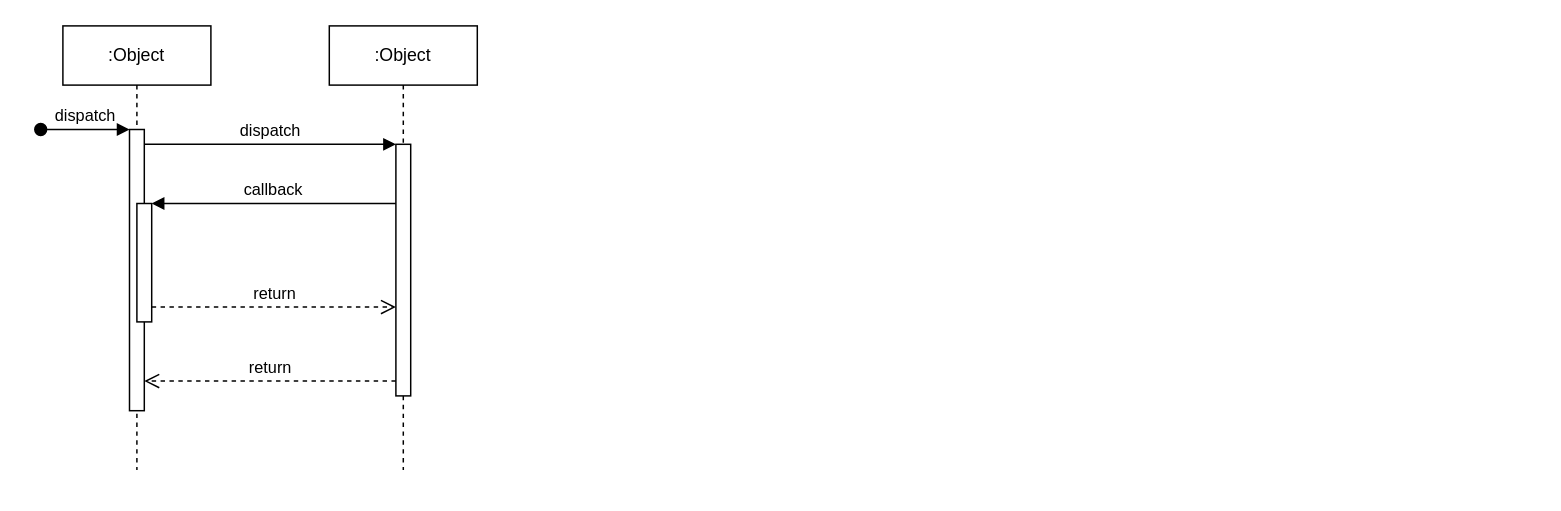
Before: SpringSecurity流程.drawio in nullptr0xf/drawio, a draw.io diagram. Source tidied: cells renumbered, new cells numbered last; positions are measured from the earlier drawing's top-left corner, leaving out a move shared by most shapes. Both pictures are drawn from the tidied source at 148%, with x=0, y=0 at pixel (40, 25).
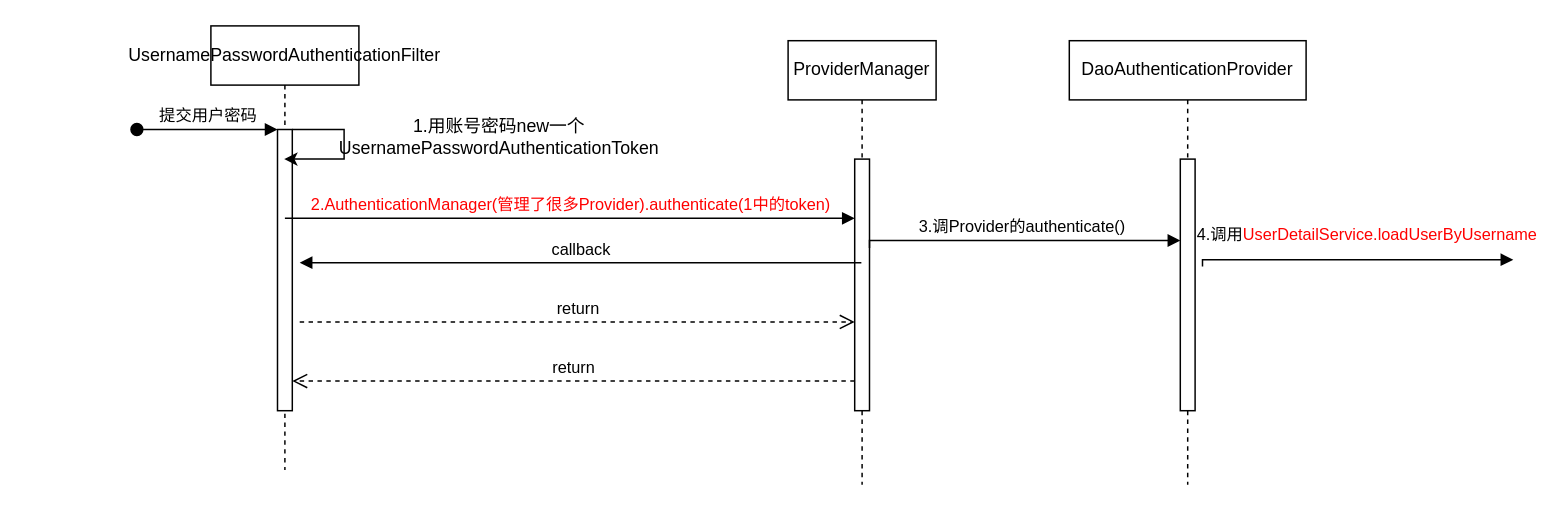
The same page after the edit.

Unchanged cells that the change refers to:
```xml
<mxCell id="3" style="html=1;points=[];perimeter=orthogonalPerimeter;outlineConnect=0;targetShapes=umlLifeline;portConstraint=eastwest;newEdgeStyle={&quot;edgeStyle&quot;:&quot;elbowEdgeStyle&quot;,&quot;elbow&quot;:&quot;vertical&quot;,&quot;curved&quot;:0,&quot;rounded&quot;:0};" parent="2" vertex="1">
  <mxGeometry x="45" y="70" width="10" height="190" as="geometry" />
</mxCell>
<mxCell id="7" style="html=1;points=[];perimeter=orthogonalPerimeter;outlineConnect=0;targetShapes=umlLifeline;portConstraint=eastwest;newEdgeStyle={&quot;edgeStyle&quot;:&quot;elbowEdgeStyle&quot;,&quot;elbow&quot;:&quot;vertical&quot;,&quot;curved&quot;:0,&quot;rounded&quot;:0};" parent="6" vertex="1">
  <mxGeometry x="45" y="80" width="10" height="170" as="geometry" />
</mxCell>
```

Diff of the diagram source:
```diff
@@
-    <mxCell id="2" value=":Object" style="shape=umlLifeline;perimeter=lifelinePerimeter;whiteSpace=wrap;html=1;outlineConnect=0;portConstraint=eastwest;newEdgeStyle={&quot;edgeStyle&quot;:&quot;elbowEdgeStyle&quot;,&quot;elbow&quot;:&quot;vertical&quot;,&quot;curved&quot;:0,&quot;rounded&quot;:0};" parent="1" vertex="1">
-      <mxGeometry x="15" width="100" height="300" as="geometry" />
+    <mxCell id="2" value="UsernamePasswordAuthenticationFilter" style="shape=umlLifeline;perimeter=lifelinePerimeter;whiteSpace=wrap;html=1;outlineConnect=0;portConstraint=eastwest;newEdgeStyle={&quot;edgeStyle&quot;:&quot;elbowEdgeStyle&quot;,&quot;elbow&quot;:&quot;vertical&quot;,&quot;curved&quot;:0,&quot;rounded&quot;:0};" parent="1" vertex="1">
+      <mxGeometry x="115" width="100" height="300" as="geometry" />
     </mxCell>
@@
-    <mxCell id="4" value="dispatch" style="html=1;verticalAlign=bottom;startArrow=oval;endArrow=block;startSize=8;edgeStyle=elbowEdgeStyle;elbow=vertical;curved=0;rounded=0;" parent="2" edge="1" target="3">
+    <mxCell id="4" value="提交用户密码" style="html=1;verticalAlign=bottom;startArrow=oval;endArrow=block;startSize=8;edgeStyle=elbowEdgeStyle;elbow=vertical;curved=0;rounded=0;" parent="2" edge="1" target="3">
       <mxGeometry relative="1" as="geometry">
-        <mxPoint x="-15" y="70" as="sourcePoint" />
+        <mxPoint x="-50" y="70" as="sourcePoint" />
       </mxGeometry>
     </mxCell>
-    <mxCell id="5" style="html=1;points=[];perimeter=orthogonalPerimeter;outlineConnect=0;targetShapes=umlLifeline;portConstraint=eastwest;newEdgeStyle={&quot;edgeStyle&quot;:&quot;elbowEdgeStyle&quot;,&quot;elbow&quot;:&quot;vertical&quot;,&quot;curved&quot;:0,&quot;rounded&quot;:0};" parent="2" vertex="1">
-      <mxGeometry x="50" y="120" width="10" height="80" as="geometry" />
-    </mxCell>
+    <mxCell id="12" style="endArrow=classic;html=1;rounded=0;" parent="2" edge="1" source="3" target="2">
+      <mxGeometry relative="1" as="geometry">
+        <Array as="points">
+          <mxPoint x="90" y="70" />
+          <mxPoint x="90" y="90" />
+        </Array>
+      </mxGeometry>
+    </mxCell>
-    <mxCell id="6" value=":Object" style="shape=umlLifeline;perimeter=lifelinePerimeter;whiteSpace=wrap;html=1;outlineConnect=0;portConstraint=eastwest;newEdgeStyle={&quot;edgeStyle&quot;:&quot;elbowEdgeStyle&quot;,&quot;elbow&quot;:&quot;vertical&quot;,&quot;curved&quot;:0,&quot;rounded&quot;:0};" parent="1" vertex="1">
-      <mxGeometry x="195" width="100" height="300" as="geometry" />
+    <mxCell id="6" value="ProviderManager" style="shape=umlLifeline;perimeter=lifelinePerimeter;whiteSpace=wrap;html=1;outlineConnect=0;portConstraint=eastwest;newEdgeStyle={&quot;edgeStyle&quot;:&quot;elbowEdgeStyle&quot;,&quot;elbow&quot;:&quot;vertical&quot;,&quot;curved&quot;:0,&quot;rounded&quot;:0};" parent="1" vertex="1">
+      <mxGeometry x="505" y="10" width="100" height="300" as="geometry" />
     </mxCell>
@@
-    <mxCell id="8" value="dispatch" style="html=1;verticalAlign=bottom;endArrow=block;edgeStyle=elbowEdgeStyle;elbow=vertical;curved=0;rounded=0;" parent="1" edge="1" source="3" target="7">
+    <mxCell id="8" value="&lt;font color=&quot;#ff0000&quot;&gt;2.AuthenticationManager(管理了很多Provider).authenticate(1中的token)&lt;/font&gt;" style="html=1;verticalAlign=bottom;endArrow=block;edgeStyle=elbowEdgeStyle;elbow=vertical;curved=0;rounded=0;" parent="1" edge="1" target="7">
       <mxGeometry relative="1" as="geometry">
+        <mxPoint x="165" y="130" as="sourcePoint" />
         <Array as="points">
-          <mxPoint x="155" y="80" />
+          <mxPoint x="290" y="130" />
         </Array>
       </mxGeometry>
     </mxCell>
     <mxCell id="9" value="return" style="html=1;verticalAlign=bottom;endArrow=open;dashed=1;endSize=8;edgeStyle=elbowEdgeStyle;elbow=vertical;curved=0;rounded=0;" parent="1" edge="1" source="7" target="3">
       <mxGeometry relative="1" as="geometry">
         <Array as="points">
-          <mxPoint x="165" y="240" />
+          <mxPoint x="305" y="240" />
         </Array>
       </mxGeometry>
     </mxCell>
-    <mxCell id="10" value="callback" style="html=1;verticalAlign=bottom;endArrow=block;edgeStyle=elbowEdgeStyle;elbow=vertical;curved=0;rounded=0;" parent="1" edge="1" source="7" target="5">
+    <mxCell id="10" value="callback" style="html=1;verticalAlign=bottom;endArrow=block;edgeStyle=elbowEdgeStyle;elbow=vertical;curved=0;rounded=0;" parent="1" edge="1" source="6">
       <mxGeometry relative="1" as="geometry">
+        <mxPoint x="175" y="160" as="targetPoint" />
         <Array as="points">
-          <mxPoint x="165" y="120" />
+          <mxPoint x="305" y="160" />
         </Array>
       </mxGeometry>
     </mxCell>
-    <mxCell id="11" value="return" style="html=1;verticalAlign=bottom;endArrow=open;dashed=1;endSize=8;edgeStyle=elbowEdgeStyle;elbow=vertical;curved=0;rounded=0;" parent="1" edge="1" source="5" target="7">
+    <mxCell id="11" value="return" style="html=1;verticalAlign=bottom;endArrow=open;dashed=1;endSize=8;edgeStyle=elbowEdgeStyle;elbow=vertical;curved=0;rounded=0;" parent="1" edge="1">
       <mxGeometry relative="1" as="geometry">
+        <mxPoint x="175" y="200" as="sourcePoint" />
+        <mxPoint x="550" y="200" as="targetPoint" />
         <Array as="points">
-          <mxPoint x="155" y="190" />
+          <mxPoint x="295" y="200" />
         </Array>
       </mxGeometry>
     </mxCell>
+    <mxCell id="13" value="1.用账号密码new一个UsernamePasswordAuthenticationToken" style="text;html=1;strokeColor=none;fillColor=none;align=center;verticalAlign=middle;whiteSpace=wrap;rounded=0;" parent="1" vertex="1">
+      <mxGeometry x="235" y="60" width="150" height="30" as="geometry" />
+    </mxCell>
+    <mxCell id="14" value="DaoAuthenticationProvider" style="shape=umlLifeline;perimeter=lifelinePerimeter;whiteSpace=wrap;html=1;newEdgeStyle={&quot;edgeStyle&quot;:&quot;elbowEdgeStyle&quot;,&quot;elbow&quot;:&quot;vertical&quot;,&quot;curved&quot;:0,&quot;rounded&quot;:0};" parent="1" vertex="1">
+      <mxGeometry x="695" y="10" width="160" height="300" as="geometry" />
+    </mxCell>
+    <mxCell id="15" style="html=1;perimeter=orthogonalPerimeter;targetShapes=umlLifeline;newEdgeStyle={&quot;edgeStyle&quot;:&quot;elbowEdgeStyle&quot;,&quot;elbow&quot;:&quot;vertical&quot;,&quot;curved&quot;:0,&quot;rounded&quot;:0};" parent="14" vertex="1">
+      <mxGeometry x="75" y="80" width="10" height="170" as="geometry" />
+    </mxCell>
+    <mxCell id="16" value="3.调Provider的authenticate()" style="html=1;verticalAlign=bottom;endArrow=block;edgeStyle=elbowEdgeStyle;elbow=vertical;curved=0;rounded=0;" parent="1" edge="1">
+      <mxGeometry relative="1" as="geometry">
+        <mxPoint x="560" y="150" as="sourcePoint" />
+        <mxPoint x="770" y="145" as="targetPoint" />
+        <Array as="points">
+          <mxPoint x="755" y="145" />
+        </Array>
+      </mxGeometry>
+    </mxCell>
+    <mxCell id="17" value="4.调用&lt;font color=&quot;#ff0000&quot;&gt;UserDetailService.loadUserByUsername&lt;/font&gt;" style="html=1;verticalAlign=bottom;endArrow=block;edgeStyle=elbowEdgeStyle;elbow=vertical;curved=0;rounded=0;" parent="1" edge="1">
+      <mxGeometry x="0.07" y="8" relative="1" as="geometry">
+        <mxPoint x="785" y="162.5" as="sourcePoint" />
+        <mxPoint x="995" y="157.5" as="targetPoint" />
+        <Array as="points">
+          <mxPoint x="775" y="158" />
+        </Array>
+      </mxGeometry>
+    </mxCell>
```
